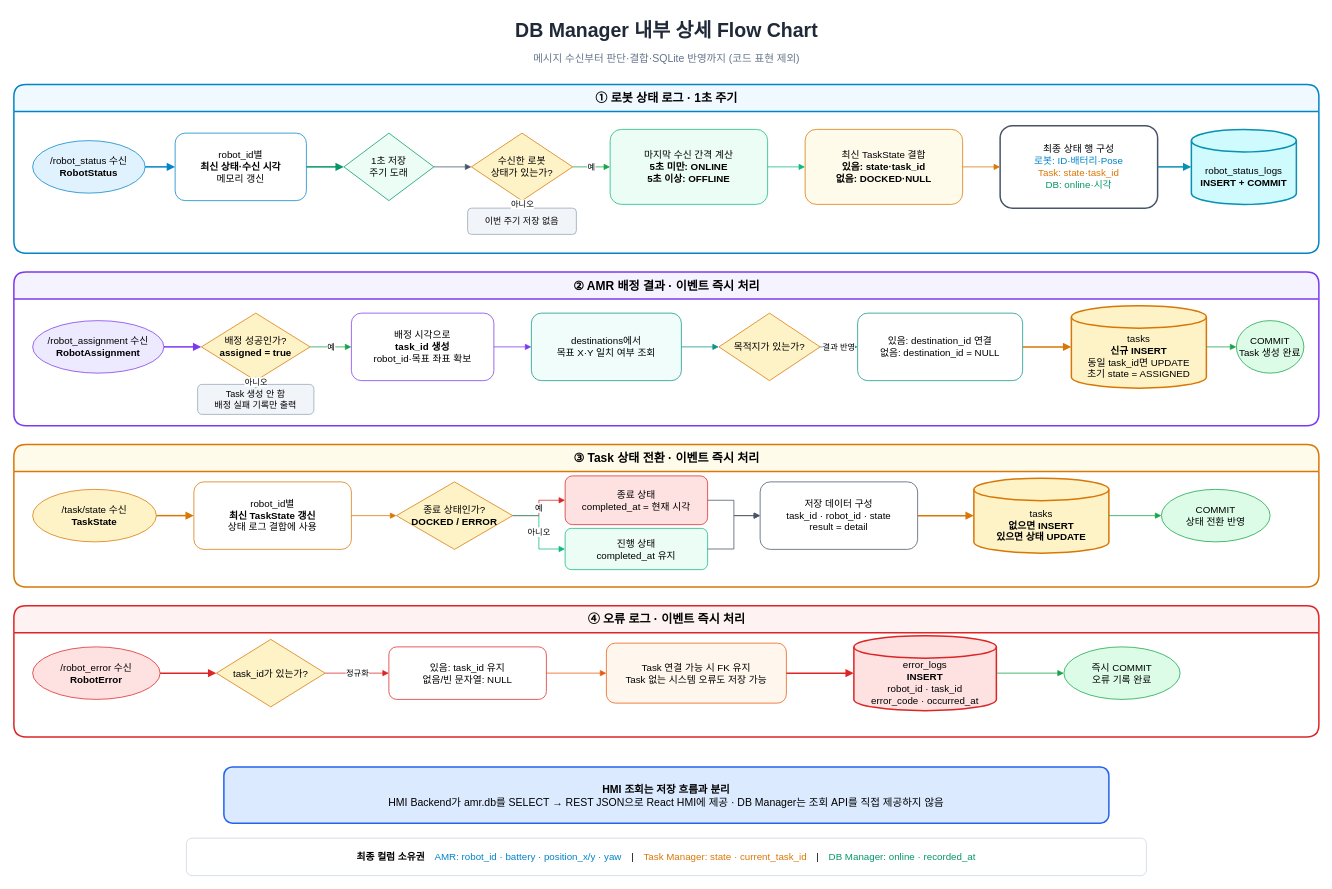
Before: page "DB 내부 상세 Flow" (2 of 2) of real_project/DB_MANAGER_SYSTEM_DESIGN.drawio in bh8648/team4_amr_assist, a draw.io diagram. Source tidied: cells renumbered, new cells numbered last; positions are measured from the earlier drawing's top-left corner, leaving out a move shared by most shapes. Both pictures are drawn from the tidied source at 75%, with x=0, y=0 at pixel (14, 13).
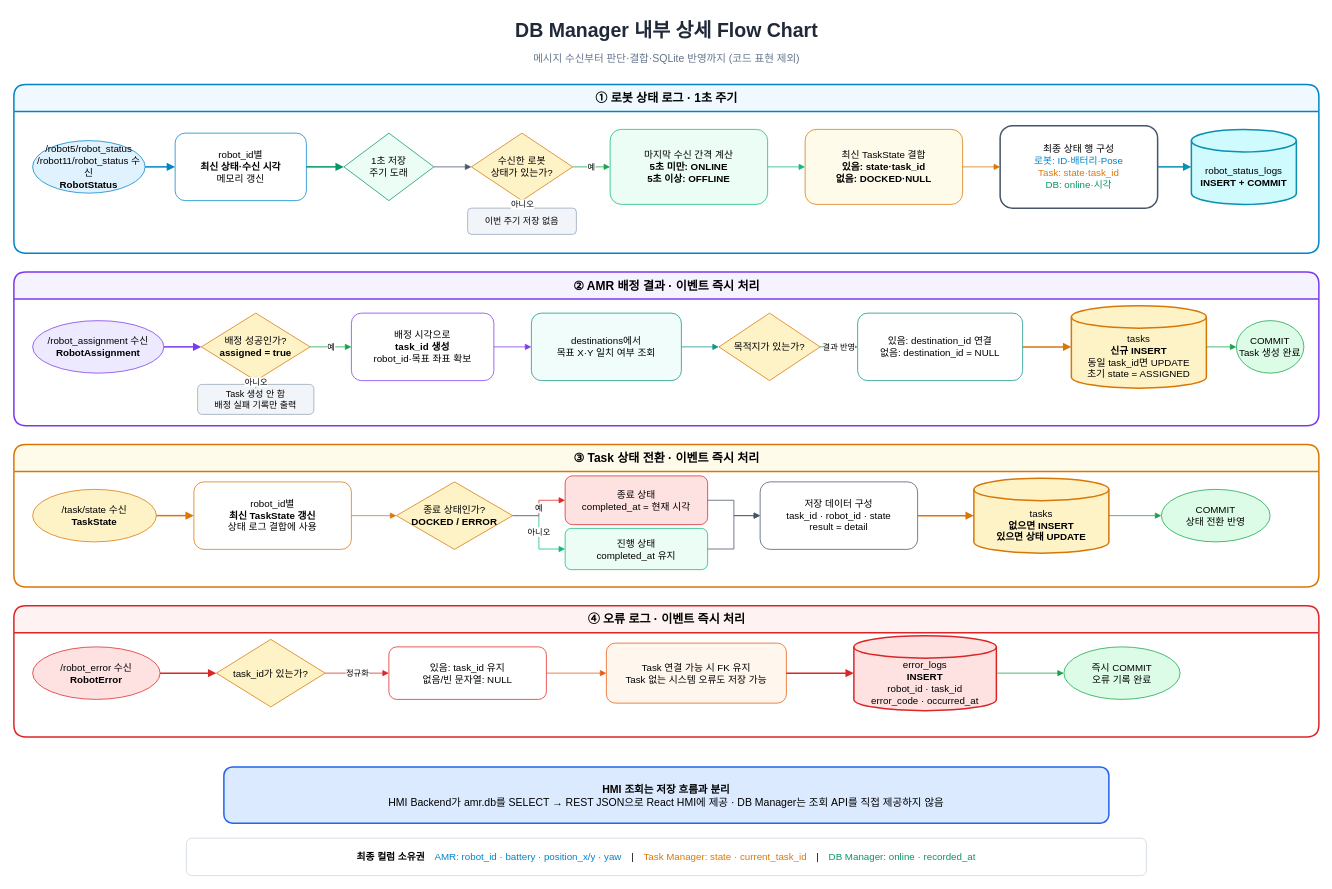
The same diagram, later.

Unchanged cells that the change refers to:
```xml
<mxCell id="4" value="① 로봇 상태 로그 · 1초 주기" style="swimlane;html=1;rounded=1;startSize=36;fillColor=#F0F9FF;strokeColor=#0284C7;strokeWidth=2;fontSize=16;fontStyle=1;" parent="1" vertex="1">
  <mxGeometry y="95" width="1740" height="225" as="geometry" />
</mxCell>
```

What changed in the source:
```diff
@@
-    <mxCell id="5" value="/robot_status 수신&lt;br&gt;&lt;b&gt;RobotStatus&lt;/b&gt;" style="ellipse;whiteSpace=wrap;html=1;fillColor=#E0F2FE;strokeColor=#0284C7;fontSize=13;" parent="4" vertex="1">
+    <mxCell id="5" value="/robot5/robot_status&lt;br&gt;/robot11/robot_status 수신&lt;br&gt;&lt;b&gt;RobotStatus&lt;/b&gt;" style="ellipse;whiteSpace=wrap;html=1;fillColor=#E0F2FE;strokeColor=#0284C7;fontSize=13;" parent="4" vertex="1">
       <mxGeometry x="25" y="75" width="150" height="70" as="geometry" />
     </mxCell>
```
